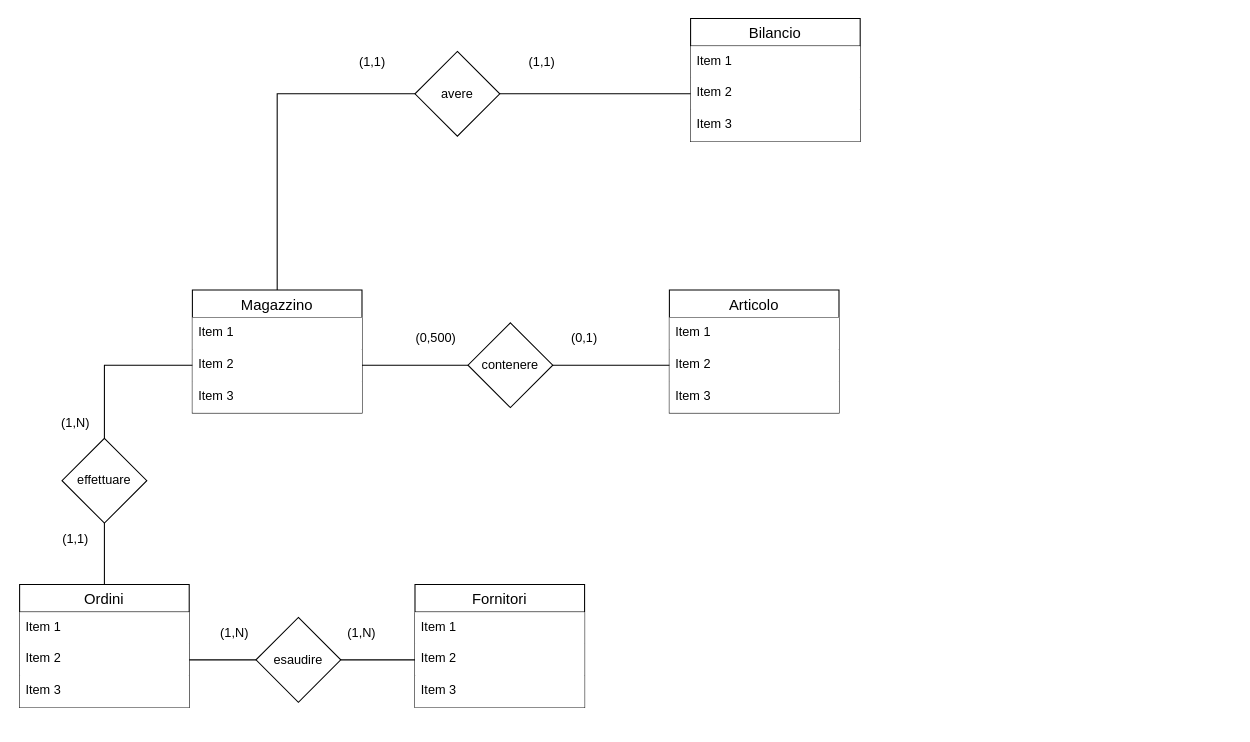
Bugigio/Negozi-Sportivi keeps this draw.io diagram as AccesPort.drawio. Above is the earlier version. Source tidied: cells renumbered, new cells numbered last; positions are measured from the earlier drawing's top-left corner, leaving out a move shared by most shapes. Both pictures are drawn from the tidied source at 106%, with x=0, y=0 at pixel (19, 18).
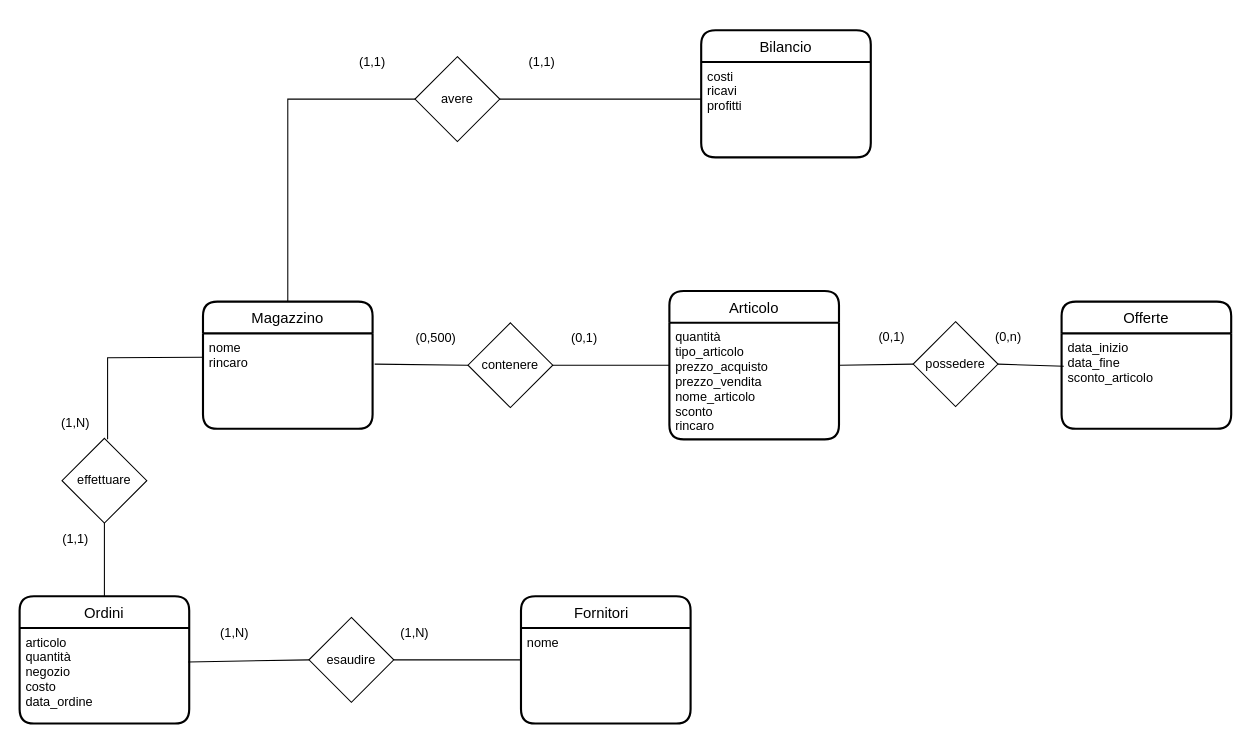
Above is the later version.

The change refers to these unchanged cells:
```xml
<mxCell id="22" value="contenere" style="rhombus;whiteSpace=wrap;html=1;fillColor=#FFFFFF;" parent="1" vertex="1">
  <mxGeometry x="423" y="287" width="80" height="80" as="geometry" />
</mxCell>
<mxCell id="29" value="effettuare" style="rhombus;whiteSpace=wrap;html=1;fillColor=#FFFFFF;" parent="1" vertex="1">
  <mxGeometry x="40" y="396" width="80" height="80" as="geometry" />
</mxCell>
<mxCell id="34" value="(1,N)" style="text;html=1;strokeColor=none;fillColor=none;align=center;verticalAlign=middle;whiteSpace=wrap;rounded=0;" parent="1" vertex="1">
  <mxGeometry x="23" y="367" width="60" height="30" as="geometry" />
</mxCell>
```

What changed in the source:
```diff
@@
-    <mxCell id="2" value="Magazzino" style="swimlane;fontStyle=0;horizontal=1;startSize=26;align=center;fontSize=14;fillColor=#FFFFFF;" parent="1" vertex="1">
-      <mxGeometry x="163" y="256" width="160" height="116" as="geometry" />
-    </mxCell>
-    <mxCell id="3" value="Item 1" style="text;strokeColor=none;fillColor=#FFFFFF;spacingLeft=4;spacingRight=4;overflow=hidden;fontSize=12;" parent="2" vertex="1">
-      <mxGeometry y="26" width="160" height="30" as="geometry" />
-    </mxCell>
-    <mxCell id="4" value="Item 2" style="text;strokeColor=none;fillColor=#FFFFFF;spacingLeft=4;spacingRight=4;overflow=hidden;points=[[0,0.5],[1,0.5]];portConstraint=eastwest;fontSize=12;" parent="2" vertex="1">
-      <mxGeometry y="56" width="160" height="30" as="geometry" />
-    </mxCell>
-    <mxCell id="5" value="Item 3" style="text;strokeColor=none;fillColor=#FFFFFF;spacingLeft=4;spacingRight=4;overflow=hidden;fontSize=12;" parent="2" vertex="1">
-      <mxGeometry y="86" width="160" height="30" as="geometry" />
-    </mxCell>
-    <mxCell id="6" value="Articolo" style="swimlane;fontStyle=0;horizontal=1;startSize=26;align=center;fontSize=14;fillColor=#FFFFFF;" parent="1" vertex="1">
-      <mxGeometry x="613" y="256" width="160" height="116" as="geometry" />
-    </mxCell>
-    <mxCell id="7" value="Item 1" style="text;strokeColor=none;fillColor=#FFFFFF;spacingLeft=4;spacingRight=4;overflow=hidden;fontSize=12;" parent="6" vertex="1">
-      <mxGeometry y="26" width="160" height="30" as="geometry" />
-    </mxCell>
-    <mxCell id="8" value="Item 2" style="text;strokeColor=none;fillColor=#FFFFFF;spacingLeft=4;spacingRight=4;overflow=hidden;points=[[0,0.5],[1,0.5]];portConstraint=eastwest;fontSize=12;" parent="6" vertex="1">
-      <mxGeometry y="56" width="160" height="30" as="geometry" />
-    </mxCell>
-    <mxCell id="9" value="Item 3" style="text;strokeColor=none;fillColor=#FFFFFF;spacingLeft=4;spacingRight=4;overflow=hidden;fontSize=12;" parent="6" vertex="1">
-      <mxGeometry y="86" width="160" height="30" as="geometry" />
-    </mxCell>
-    <mxCell id="10" value="Ordini" style="swimlane;fontStyle=0;horizontal=1;startSize=26;align=center;fontSize=14;fillColor=#FFFFFF;" parent="1" vertex="1">
-      <mxGeometry y="534" width="160" height="116" as="geometry" />
-    </mxCell>
-    <mxCell id="11" value="Item 1" style="text;strokeColor=none;fillColor=#FFFFFF;spacingLeft=4;spacingRight=4;overflow=hidden;fontSize=12;" parent="10" vertex="1">
-      <mxGeometry y="26" width="160" height="30" as="geometry" />
-    </mxCell>
-    <mxCell id="12" value="Item 2" style="text;strokeColor=none;fillColor=#FFFFFF;spacingLeft=4;spacingRight=4;overflow=hidden;points=[[0,0.5],[1,0.5]];portConstraint=eastwest;fontSize=12;" parent="10" vertex="1">
-      <mxGeometry y="56" width="160" height="30" as="geometry" />
-    </mxCell>
-    <mxCell id="13" value="Item 3" style="text;strokeColor=none;fillColor=#FFFFFF;spacingLeft=4;spacingRight=4;overflow=hidden;fontSize=12;" parent="10" vertex="1">
-      <mxGeometry y="86" width="160" height="30" as="geometry" />
-    </mxCell>
-    <mxCell id="14" value="Fornitori" style="swimlane;fontStyle=0;horizontal=1;startSize=26;align=center;fontSize=14;fillColor=#FFFFFF;" parent="1" vertex="1">
-      <mxGeometry x="373" y="534" width="160" height="116" as="geometry" />
-    </mxCell>
-    <mxCell id="15" value="Item 1" style="text;strokeColor=none;fillColor=#FFFFFF;spacingLeft=4;spacingRight=4;overflow=hidden;fontSize=12;" parent="14" vertex="1">
-      <mxGeometry y="26" width="160" height="30" as="geometry" />
-    </mxCell>
-    <mxCell id="16" value="Item 2" style="text;strokeColor=none;fillColor=#FFFFFF;spacingLeft=4;spacingRight=4;overflow=hidden;points=[[0,0.5],[1,0.5]];portConstraint=eastwest;fontSize=12;" parent="14" vertex="1">
-      <mxGeometry y="56" width="160" height="30" as="geometry" />
-    </mxCell>
-    <mxCell id="17" value="Item 3" style="text;strokeColor=none;fillColor=#FFFFFF;spacingLeft=4;spacingRight=4;overflow=hidden;fontSize=12;" parent="14" vertex="1">
-      <mxGeometry y="86" width="160" height="30" as="geometry" />
-    </mxCell>
-    <mxCell id="18" value="Bilancio" style="swimlane;fontStyle=0;horizontal=1;startSize=26;align=center;fontSize=14;fillColor=#FFFFFF;" parent="1" vertex="1">
-      <mxGeometry x="633" width="160" height="116" as="geometry" />
-    </mxCell>
-    <mxCell id="19" value="Item 1" style="text;strokeColor=none;fillColor=#FFFFFF;spacingLeft=4;spacingRight=4;overflow=hidden;fontSize=12;" parent="18" vertex="1">
-      <mxGeometry y="26" width="160" height="30" as="geometry" />
-    </mxCell>
-    <mxCell id="20" value="Item 2" style="text;strokeColor=none;fillColor=#FFFFFF;spacingLeft=4;spacingRight=4;overflow=hidden;points=[[0,0.5],[1,0.5]];portConstraint=eastwest;fontSize=12;" parent="18" vertex="1">
-      <mxGeometry y="56" width="160" height="30" as="geometry" />
-    </mxCell>
-    <mxCell id="21" value="Item 3" style="text;strokeColor=none;fillColor=#FFFFFF;spacingLeft=4;spacingRight=4;overflow=hidden;fontSize=12;" parent="18" vertex="1">
-      <mxGeometry y="86" width="160" height="30" as="geometry" />
-    </mxCell>
@@
-    <mxCell id="23" style="endArrow=none;html=1;rounded=0;exitX=1;exitY=0.5;exitDx=0;exitDy=0;entryX=0;entryY=0.5;entryDx=0;entryDy=0;" parent="1" edge="1" source="4" target="22">
-      <mxGeometry relative="1" as="geometry" />
-    </mxCell>
-    <mxCell id="24" style="endArrow=none;html=1;rounded=0;exitX=1;exitY=0.5;exitDx=0;exitDy=0;entryX=0;entryY=0.5;entryDx=0;entryDy=0;" parent="1" edge="1" source="33" target="20">
-      <mxGeometry relative="1" as="geometry" />
-    </mxCell>
-    <mxCell id="25" style="endArrow=none;html=1;rounded=0;exitX=1;exitY=0.5;exitDx=0;exitDy=0;entryX=0;entryY=0.5;entryDx=0;entryDy=0;" parent="1" edge="1" source="22" target="8">
-      <mxGeometry relative="1" as="geometry" />
-    </mxCell>
-    <mxCell id="26" style="endArrow=none;html=1;rounded=0;exitX=1;exitY=0.5;exitDx=0;exitDy=0;entryX=0;entryY=0.5;entryDx=0;entryDy=0;" parent="1" edge="1" source="12" target="27">
-      <mxGeometry relative="1" as="geometry" />
-    </mxCell>
     <mxCell id="27" value="esaudire" style="rhombus;whiteSpace=wrap;html=1;fillColor=#FFFFFF;" parent="1" vertex="1">
-      <mxGeometry x="223" y="565" width="80" height="80" as="geometry" />
+      <mxGeometry x="273" y="565" width="80" height="80" as="geometry" />
     </mxCell>
-    <mxCell id="28" style="endArrow=none;html=1;rounded=0;exitX=1;exitY=0.5;exitDx=0;exitDy=0;entryX=0;entryY=0.5;entryDx=0;entryDy=0;" parent="1" edge="1" source="27" target="16">
-      <mxGeometry relative="1" as="geometry" />
-    </mxCell>
@@
-    <mxCell id="30" style="endArrow=none;html=1;rounded=0;exitX=0;exitY=0.5;exitDx=0;exitDy=0;entryX=0.5;entryY=0;entryDx=0;entryDy=0;" parent="1" edge="1" source="4" target="29">
-      <mxGeometry relative="1" as="geometry">
-        <Array as="points">
-          <mxPoint x="80" y="327" />
-        </Array>
-      </mxGeometry>
-    </mxCell>
-    <mxCell id="31" style="endArrow=none;html=1;rounded=0;exitX=0.5;exitY=1;exitDx=0;exitDy=0;entryX=0.5;entryY=0;entryDx=0;entryDy=0;" parent="1" edge="1" source="29" target="10">
-      <mxGeometry relative="1" as="geometry" />
-    </mxCell>
-    <mxCell id="32" style="endArrow=none;html=1;rounded=0;exitX=0.5;exitY=0;exitDx=0;exitDy=0;entryX=0;entryY=0.5;entryDx=0;entryDy=0;" parent="1" edge="1" source="2" target="33">
-      <mxGeometry relative="1" as="geometry">
-        <Array as="points">
-          <mxPoint x="243" y="71" />
-        </Array>
-      </mxGeometry>
-    </mxCell>
     <mxCell id="33" value="avere" style="rhombus;whiteSpace=wrap;html=1;fillColor=#FFFFFF;" parent="1" vertex="1">
-      <mxGeometry x="373" y="31" width="80" height="80" as="geometry" />
+      <mxGeometry x="373" y="36" width="80" height="80" as="geometry" />
     </mxCell>
@@
     <mxCell id="41" value="(1,N)" style="text;html=1;strokeColor=none;fillColor=none;align=center;verticalAlign=middle;whiteSpace=wrap;rounded=0;" parent="1" vertex="1">
-      <mxGeometry x="293" y="565" width="60" height="30" as="geometry" />
+      <mxGeometry x="343" y="565" width="60" height="30" as="geometry" />
     </mxCell>
+    <mxCell id="6" value="Articolo" style="swimlane;horizontal=1;startSize=30;rounded=1;fontSize=14;fontStyle=0;strokeWidth=2;shadow=0;dashed=0;align=center;fillColor=default;" parent="1" vertex="1">
+      <mxGeometry x="613" y="257" width="160" height="140" as="geometry" />
+    </mxCell>
+    <mxCell id="42" value="quantità&#10;tipo_articolo&#10;prezzo_acquisto&#10;prezzo_vendita&#10;nome_articolo&#10;sconto&#10;rincaro" style="align=left;strokeColor=none;fillColor=none;spacingLeft=4;fontSize=12;verticalAlign=top;" parent="6" vertex="1">
+      <mxGeometry y="30" width="160" height="110" as="geometry" />
+    </mxCell>
+    <mxCell id="18" value="Bilancio" style="swimlane;horizontal=1;startSize=30;rounded=1;fontSize=14;fontStyle=0;strokeWidth=2;shadow=0;dashed=0;align=center;fillColor=default;" parent="1" vertex="1">
+      <mxGeometry x="643" y="11" width="160" height="120" as="geometry" />
+    </mxCell>
+    <mxCell id="43" value="costi&#10;ricavi&#10;profitti" style="align=left;strokeColor=none;fillColor=none;spacingLeft=4;fontSize=12;verticalAlign=top;" parent="18" vertex="1">
+      <mxGeometry y="30" width="160" height="90" as="geometry" />
+    </mxCell>
+    <mxCell id="14" value="Fornitori  " style="swimlane;horizontal=1;startSize=30;rounded=1;fontSize=14;fontStyle=0;strokeWidth=2;shadow=0;dashed=0;align=center;fillColor=default;" parent="1" vertex="1">
+      <mxGeometry x="473" y="545" width="160" height="120" as="geometry" />
+    </mxCell>
+    <mxCell id="44" value="nome&#10;" style="align=left;strokeColor=none;fillColor=none;spacingLeft=4;fontSize=12;verticalAlign=top;" parent="14" vertex="1">
+      <mxGeometry y="30" width="160" height="90" as="geometry" />
+    </mxCell>
+    <mxCell id="10" value="Ordini" style="swimlane;horizontal=1;startSize=30;rounded=1;fontSize=14;fontStyle=0;strokeWidth=2;shadow=0;dashed=0;align=center;fillColor=default;" parent="1" vertex="1">
+      <mxGeometry y="545" width="160" height="120" as="geometry" />
+    </mxCell>
+    <mxCell id="45" value="articolo&#10;quantità&#10;negozio&#10;costo&#10;data_ordine" style="align=left;strokeColor=none;fillColor=none;spacingLeft=4;fontSize=12;verticalAlign=top;" parent="10" vertex="1">
+      <mxGeometry y="30" width="160" height="90" as="geometry" />
+    </mxCell>
+    <mxCell id="2" value="Magazzino" style="swimlane;horizontal=1;startSize=30;rounded=1;fontSize=14;fontStyle=0;strokeWidth=2;shadow=0;dashed=0;align=center;fillColor=default;" parent="1" vertex="1">
+      <mxGeometry x="173" y="267" width="160" height="120" as="geometry" />
+    </mxCell>
+    <mxCell id="46" value="nome&#10;rincaro&#10;&#10;" style="align=left;strokeColor=none;fillColor=none;spacingLeft=4;fontSize=12;verticalAlign=top;" parent="2" vertex="1">
+      <mxGeometry y="30" width="160" height="90" as="geometry" />
+    </mxCell>
+    <mxCell id="47" value="Offerte" style="swimlane;horizontal=1;startSize=30;rounded=1;fontSize=14;fontStyle=0;strokeWidth=2;shadow=0;dashed=0;align=center;fillColor=default;" parent="1" vertex="1">
+      <mxGeometry x="983" y="267" width="160" height="120" as="geometry" />
+    </mxCell>
+    <mxCell id="48" value="data_inizio&#10;data_fine&#10;sconto_articolo" style="align=left;strokeColor=none;fillColor=none;spacingLeft=4;fontSize=12;verticalAlign=top;" parent="47" vertex="1">
+      <mxGeometry y="30" width="160" height="90" as="geometry" />
+    </mxCell>
+    <mxCell id="32" style="endArrow=none;html=1;rounded=0;exitX=0.5;exitY=0;exitDx=0;exitDy=0;entryX=0;entryY=0.5;entryDx=0;entryDy=0;" parent="1" edge="1" source="2" target="33">
+      <mxGeometry relative="1" as="geometry">
+        <Array as="points">
+          <mxPoint x="253" y="76" />
+        </Array>
+      </mxGeometry>
+    </mxCell>
+    <mxCell id="49" style="endArrow=none;html=1;rounded=0;entryX=1;entryY=0.5;entryDx=0;entryDy=0;" parent="1" edge="1" target="33">
+      <mxGeometry relative="1" as="geometry">
+        <mxPoint x="643" y="76" as="sourcePoint" />
+      </mxGeometry>
+    </mxCell>
+    <mxCell id="50" style="endArrow=none;html=1;rounded=0;entryX=0;entryY=0.5;entryDx=0;entryDy=0;" parent="1" edge="1" target="22">
+      <mxGeometry relative="1" as="geometry">
+        <mxPoint x="335" y="326" as="sourcePoint" />
+      </mxGeometry>
+    </mxCell>
+    <mxCell id="51" style="endArrow=none;html=1;rounded=0;exitX=1;exitY=0.5;exitDx=0;exitDy=0;entryX=0;entryY=0.5;entryDx=0;entryDy=0;" parent="1" edge="1" source="22" target="6">
+      <mxGeometry relative="1" as="geometry" />
+    </mxCell>
+    <mxCell id="52" style="endArrow=none;html=1;rounded=0;exitX=1;exitY=1;exitDx=0;exitDy=0;entryX=0;entryY=0.25;entryDx=0;entryDy=0;" parent="1" edge="1" source="34" target="46">
+      <mxGeometry relative="1" as="geometry">
+        <Array as="points">
+          <mxPoint x="83" y="320" />
+        </Array>
+      </mxGeometry>
+    </mxCell>
+    <mxCell id="53" style="endArrow=none;html=1;rounded=0;exitX=0.994;exitY=0.356;exitDx=0;exitDy=0;entryX=0;entryY=0.5;entryDx=0;entryDy=0;exitPerimeter=0;" parent="1" edge="1" source="45" target="27">
+      <mxGeometry relative="1" as="geometry" />
+    </mxCell>
+    <mxCell id="31" style="endArrow=none;html=1;rounded=0;exitX=0.5;exitY=1;exitDx=0;exitDy=0;entryX=0.5;entryY=0;entryDx=0;entryDy=0;" parent="1" edge="1" source="29" target="10">
+      <mxGeometry relative="1" as="geometry" />
+    </mxCell>
+    <mxCell id="54" style="endArrow=none;html=1;rounded=0;exitX=1;exitY=0.5;exitDx=0;exitDy=0;entryX=0;entryY=0.5;entryDx=0;entryDy=0;" parent="1" edge="1" source="27" target="14">
+      <mxGeometry relative="1" as="geometry" />
+    </mxCell>
+    <mxCell id="55" value="possedere" style="rhombus;whiteSpace=wrap;html=1;fillColor=default;" parent="1" vertex="1">
+      <mxGeometry x="843" y="286" width="80" height="80" as="geometry" />
+    </mxCell>
+    <mxCell id="56" style="endArrow=none;html=1;rounded=0;exitX=1;exitY=0.5;exitDx=0;exitDy=0;entryX=0.013;entryY=0.344;entryDx=0;entryDy=0;entryPerimeter=0;" parent="1" edge="1" source="55" target="48">
+      <mxGeometry relative="1" as="geometry" />
+    </mxCell>
+    <mxCell id="57" style="endArrow=none;html=1;rounded=0;exitX=0;exitY=0.5;exitDx=0;exitDy=0;entryX=1.006;entryY=0.364;entryDx=0;entryDy=0;entryPerimeter=0;" parent="1" edge="1" source="55" target="42">
+      <mxGeometry relative="1" as="geometry" />
+    </mxCell>
+    <mxCell id="58" value="(0,n)" style="text;html=1;strokeColor=none;fillColor=none;align=center;verticalAlign=middle;whiteSpace=wrap;rounded=0;" parent="1" vertex="1">
+      <mxGeometry x="903" y="286" width="60" height="30" as="geometry" />
+    </mxCell>
+    <mxCell id="59" value="(0,1)" style="text;html=1;strokeColor=none;fillColor=none;align=center;verticalAlign=middle;whiteSpace=wrap;rounded=0;" parent="1" vertex="1">
+      <mxGeometry x="793" y="286" width="60" height="30" as="geometry" />
+    </mxCell>
```
